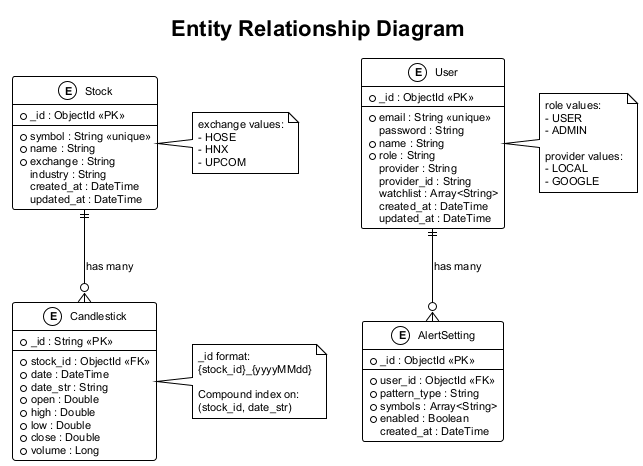
Before: chapter4/chapter4/er-diagram.png, a diagram exported from PlantUML (enel2906/graduation-thesis-diagram). The source it was exported from:
```plantuml
@startuml er-diagram

!theme plain
skinparam backgroundColor #FFFFFF
skinparam defaultFontName Arial
skinparam defaultFontSize 11

title Entity Relationship Diagram

entity "Stock" as stock {
    * _id : ObjectId <<PK>>
    --
    * symbol : String <<unique>>
    * name : String
    * exchange : String
    industry : String
    created_at : DateTime
    updated_at : DateTime
}

entity "Candlestick" as candlestick {
    * _id : String <<PK>>
    --
    * stock_id : ObjectId <<FK>>
    * date : DateTime
    * date_str : String
    * open : Double
    * high : Double
    * low : Double
    * close : Double
    * volume : Long
}

entity "User" as user {
    * _id : ObjectId <<PK>>
    --
    * email : String <<unique>>
    password : String
    * name : String
    * role : String
    provider : String
    provider_id : String
    watchlist : Array<String>
    created_at : DateTime
    updated_at : DateTime
}

entity "AlertSetting" as alertSetting {
    * _id : ObjectId <<PK>>
    --
    * user_id : ObjectId <<FK>>
    * pattern_type : String
    * symbols : Array<String>
    * enabled : Boolean
    created_at : DateTime
}

stock ||--o{ candlestick : "has many"
user ||--o{ alertSetting : "has many"

note right of stock
    exchange values:
    - HOSE
    - HNX
    - UPCOM
end note

note right of candlestick
    _id format:
    {stock_id}_{yyyyMMdd}

    Compound index on:
    (stock_id, date_str)
end note

note right of user
    role values:
    - USER
    - ADMIN

    provider values:
    - LOCAL
    - GOOGLE
end note

@enduml
```
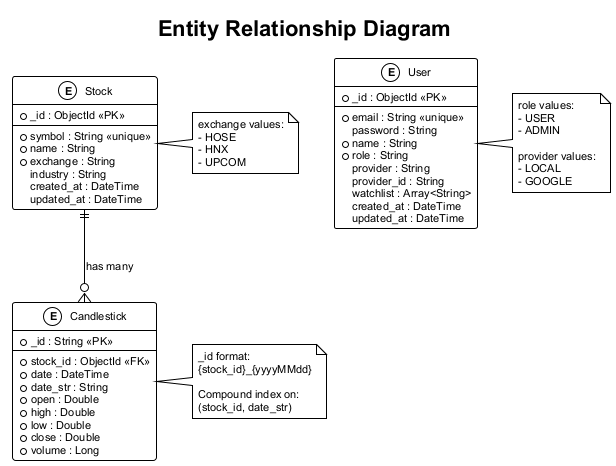
The same diagram one commit later.

What changed in the source:
```diff
@@ -4,6 +4,10 @@
 skinparam backgroundColor #FFFFFF
 skinparam defaultFontName Arial
 skinparam defaultFontSize 11
+skinparam EntityBackgroundColor #FFFFFF
+skinparam EntityBorderColor #000000
+skinparam NoteBackgroundColor #FFFFFF
+skinparam NoteBorderColor #000000
 
 title Entity Relationship Diagram
 
@@ -45,18 +49,7 @@
     updated_at : DateTime
 }
 
-entity "AlertSetting" as alertSetting {
-    * _id : ObjectId <<PK>>
-    --
-    * user_id : ObjectId <<FK>>
-    * pattern_type : String
-    * symbols : Array<String>
-    * enabled : Boolean
-    created_at : DateTime
-}
-
 stock ||--o{ candlestick : "has many"
-user ||--o{ alertSetting : "has many"
 
 note right of stock
     exchange values:
```
